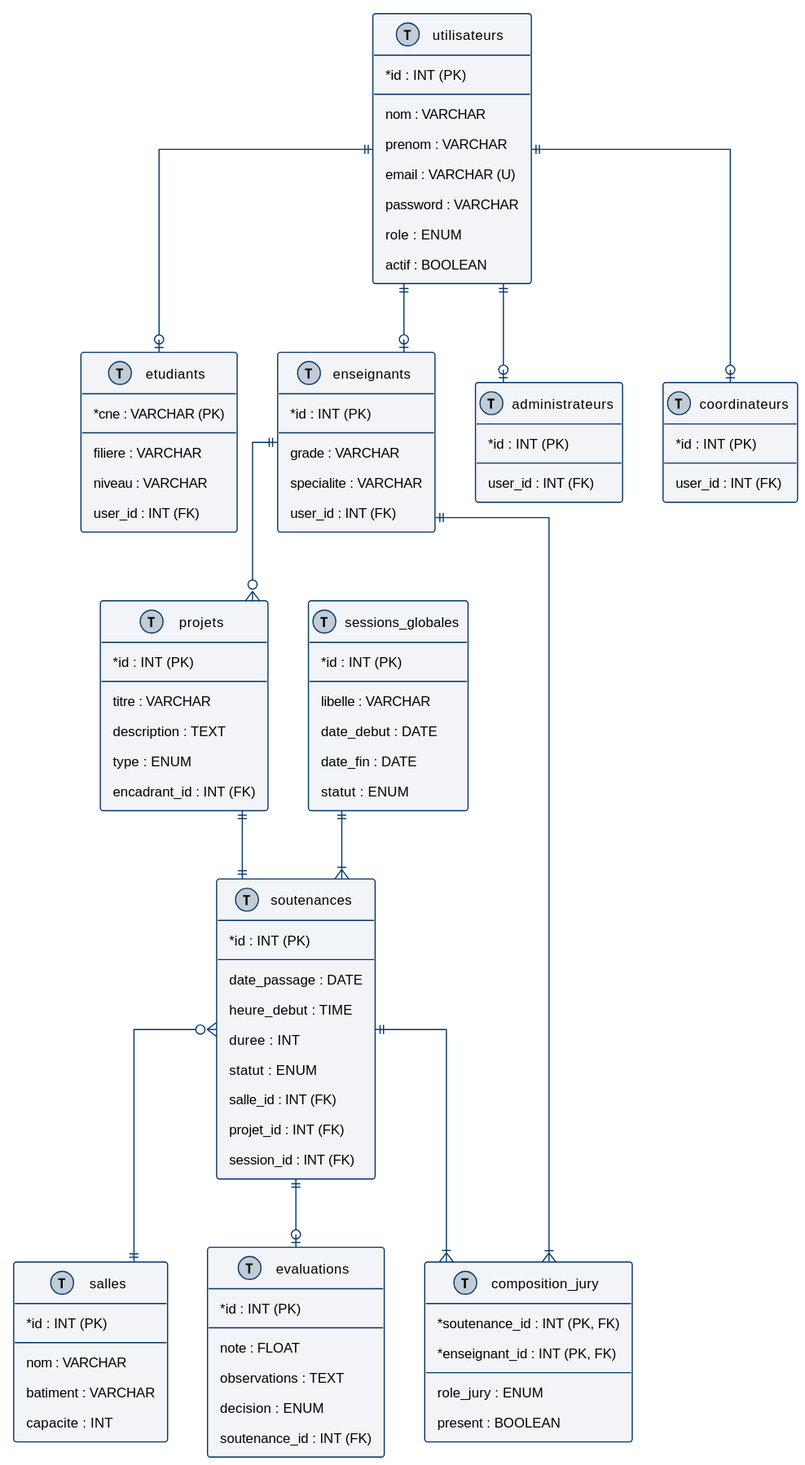
Above: docs/diagrams/svg/mld_schema.svg in abdelaziz-ebourki/system-gestion-soutenance (PlantUML), before the change. The source it was exported from:
```plantuml
@startuml
!theme pfe from .

skinparam Linetype ortho

entity "utilisateurs" as user << (T, #c2ccd7) >> {
  * id : INT (PK)
  --
  nom : VARCHAR
  prenom : VARCHAR
  email : VARCHAR (U)
  password : VARCHAR
  role : ENUM
  actif : BOOLEAN
}

entity "etudiants" as student << (T, #c2ccd7) >> {
  * cne : VARCHAR (PK)
  --
  filiere : VARCHAR
  niveau : VARCHAR
  user_id : INT (FK)
}

entity "enseignants" as prof << (T, #c2ccd7) >> {
  * id : INT (PK)
  --
  grade : VARCHAR
  specialite : VARCHAR
  user_id : INT (FK)
}

entity "administrateurs" as admin << (T, #c2ccd7) >> {
  * id : INT (PK)
  --
  user_id : INT (FK)
}

entity "coordinateurs" as coord << (T, #c2ccd7) >> {
  * id : INT (PK)
  --
  user_id : INT (FK)
}

entity "sessions_globales" as session << (T, #c2ccd7) >> {
  * id : INT (PK)
  --
  libelle : VARCHAR
  date_debut : DATE
  date_fin : DATE
  statut : ENUM
}

entity "projets" as project << (T, #c2ccd7) >> {
  * id : INT (PK)
  --
  titre : VARCHAR
  description : TEXT
  type : ENUM
  encadrant_id : INT (FK)
}

entity "salles" as room << (T, #c2ccd7) >> {
  * id : INT (PK)
  --
  nom : VARCHAR
  batiment : VARCHAR
  capacite : INT
}

entity "soutenances" as soutenance << (T, #c2ccd7) >> {
  * id : INT (PK)
  --
  date_passage : DATE
  heure_debut : TIME
  duree : INT
  statut : ENUM
  salle_id : INT (FK)
  projet_id : INT (FK)
  session_id : INT (FK)
}

entity "composition_jury" as jury << (T, #c2ccd7) >> {
  * soutenance_id : INT (PK, FK)
  * enseignant_id : INT (PK, FK)
  --
  role_jury : ENUM
  present : BOOLEAN
}

entity "evaluations" as eval << (T, #c2ccd7) >> {
  * id : INT (PK)
  --
  note : FLOAT
  observations : TEXT
  decision : ENUM
  soutenance_id : INT (FK)
}

user ||--o| student
user ||--o| prof
user ||--o| admin
user ||--o| coord

prof ||--o{ project
project ||--|| soutenance
session ||--|{ soutenance
soutenance }o--|| room
soutenance ||--o| eval
soutenance ||--|{ jury
prof ||--|{ jury
@enduml
```
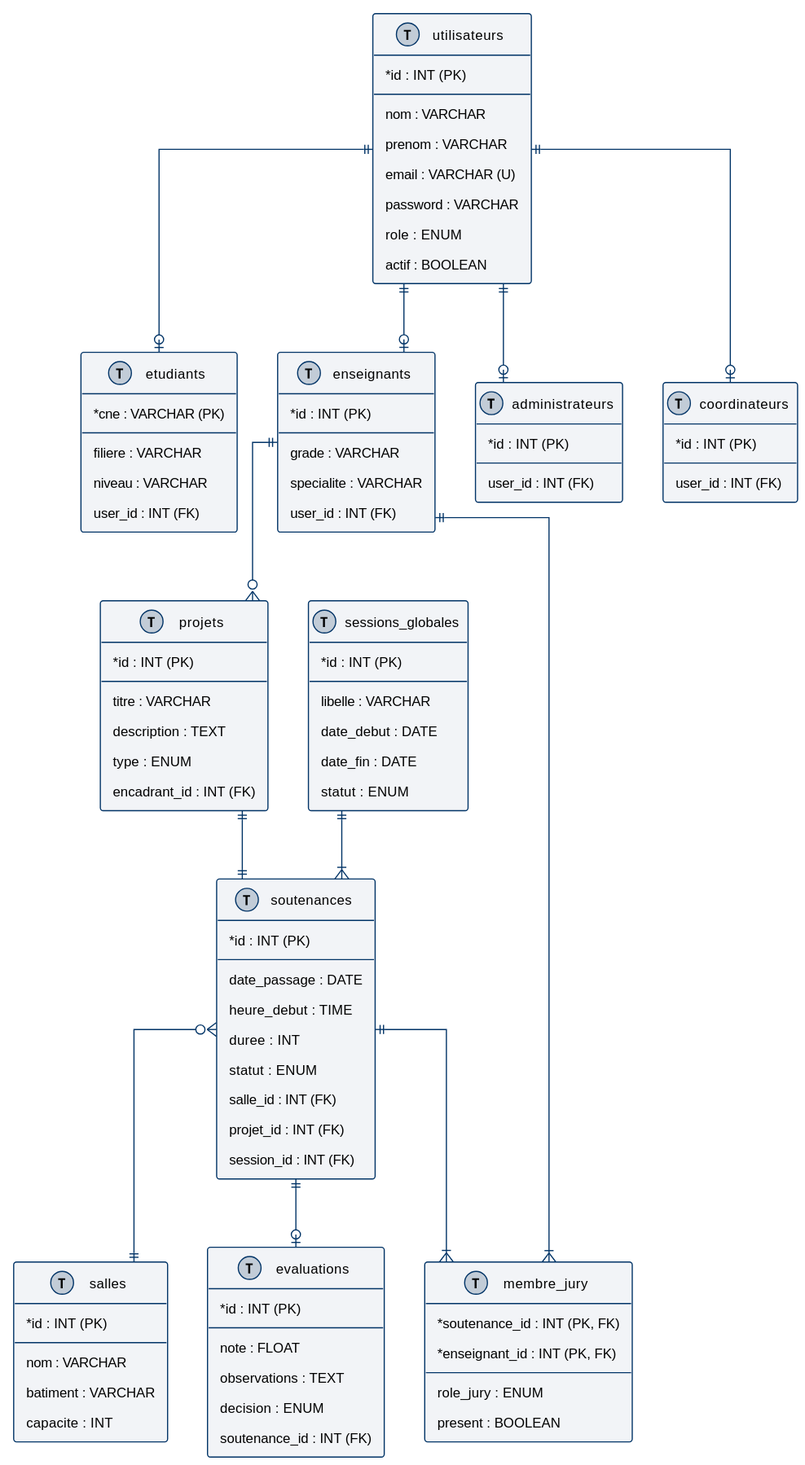
The same diagram one commit later.

Change to the diagram source:
```diff
@@ -80,7 +80,7 @@
   session_id : INT (FK)
 }
 
-entity "composition_jury" as jury << (T, #c2ccd7) >> {
+entity "membre_jury" as jury << (T, #c2ccd7) >> {
   * soutenance_id : INT (PK, FK)
   * enseignant_id : INT (PK, FK)
   --
```
